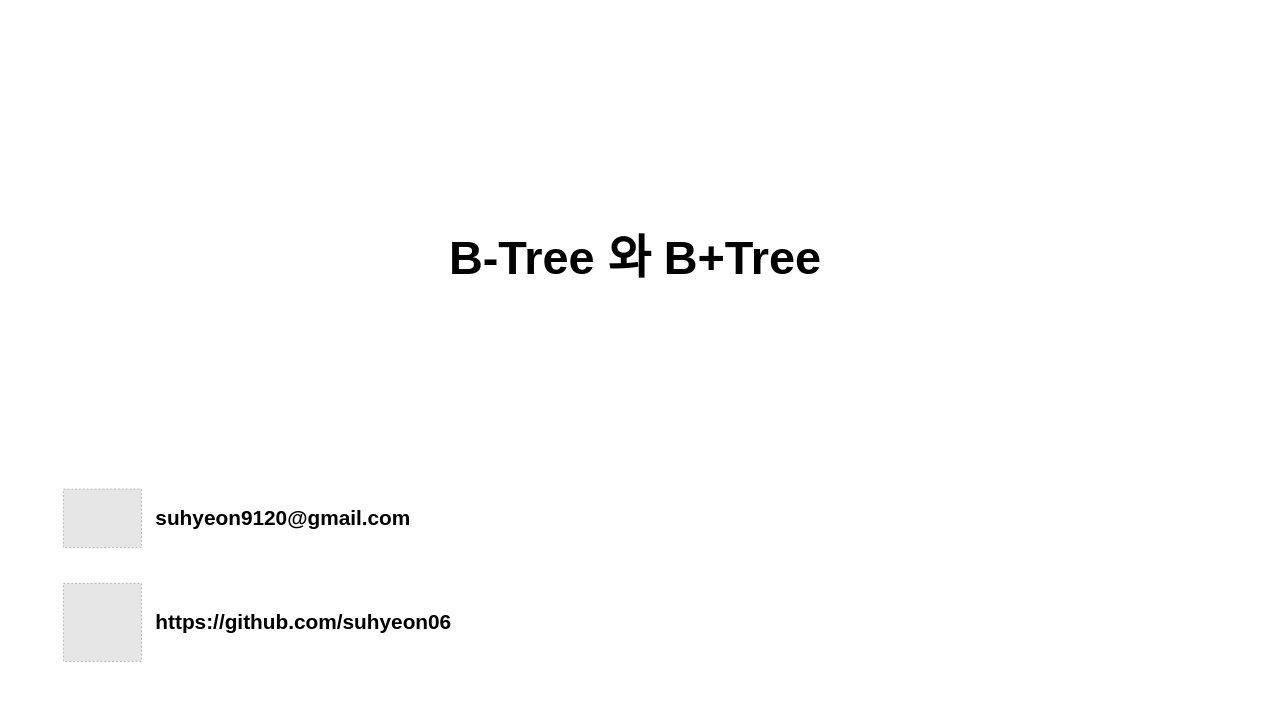
Earlier version of the draw.io diagram page "이수현" (4 of 4) of 썸네일.drawio (Study-Diary/Computer-Science). Source tidied: cells renumbered, new cells numbered last; positions are measured from the earlier drawing's top-left corner, leaving out a move shared by most shapes. Both pictures are drawn from the tidied source at 65%, with x=0, y=0 at pixel (11, 11). Pictures stored in the file or linked from it are replaced by grey dashed boxes.
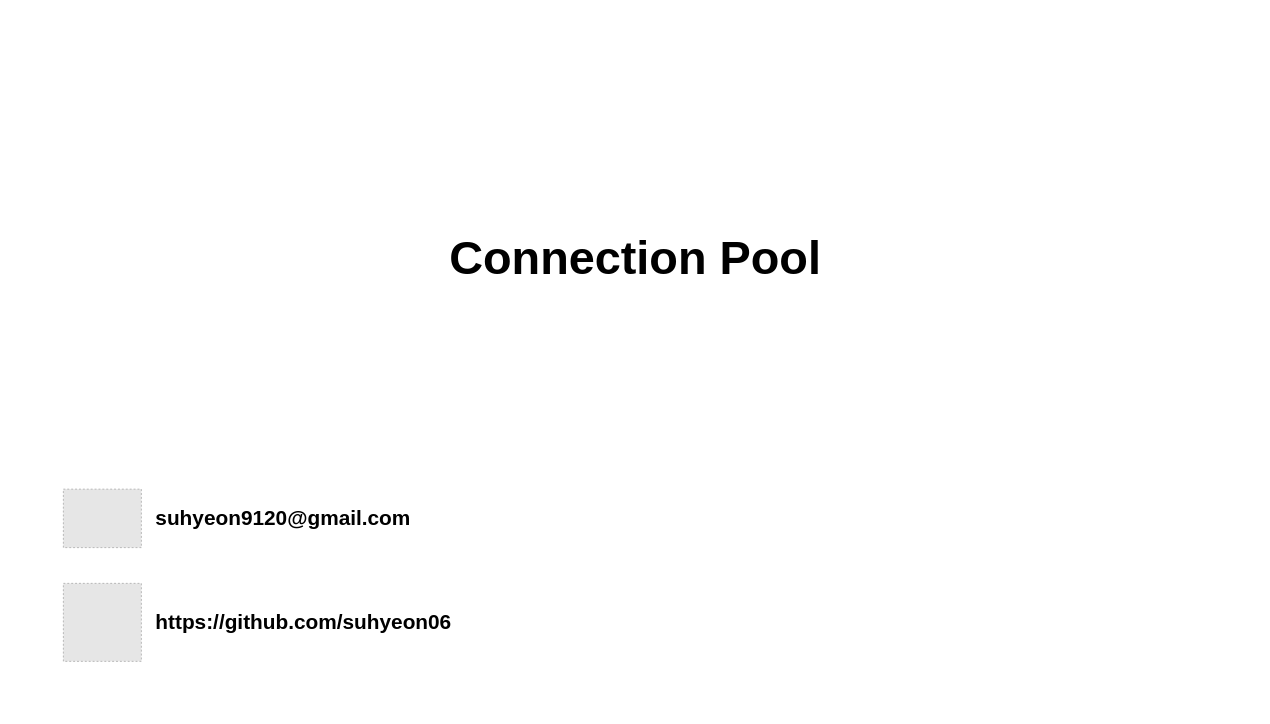
The same page after the edit.

The edit, as a diff of the source:
```diff
@@
 <mxGraphModel>
   <root>
     <mxCell id="0" />
     <mxCell id="1" parent="0" />
     <mxCell id="2" style="rounded=0;whiteSpace=wrap;html=1;fillColor=#FFFFFF;strokeColor=none;" parent="1" vertex="1">
       <mxGeometry width="1920" height="1080" as="geometry" />
     </mxCell>
     <mxCell id="3" style="group;" parent="1" vertex="1">
       <mxGeometry x="80" y="720" width="120" height="120" as="geometry" />
     </mxCell>
     <mxCell id="4" style="fillColor=#E6E6E6;strokeColor=#999999;dashed=1;verticalLabelPosition=bottom;labelBackgroundColor=default;verticalAlign=top;" parent="3" vertex="1">
       <mxGeometry y="15" width="120" height="90" as="geometry" />
     </mxCell>
     <mxCell id="5" style="rounded=0;whiteSpace=wrap;html=1;fillColor=none;strokeColor=none;" parent="3" vertex="1">
       <mxGeometry width="120" height="120" as="geometry" />
     </mxCell>
     <mxCell id="6" style="fillColor=#E6E6E6;strokeColor=#999999;dashed=1;verticalLabelPosition=bottom;labelBackgroundColor=default;verticalAlign=top;" parent="1" vertex="1">
       <mxGeometry x="80" y="880" width="120" height="120" as="geometry" />
     </mxCell>
     <mxCell id="7" value="suhyeon9120@gmail.com" style="text;html=1;align=left;verticalAlign=middle;whiteSpace=wrap;rounded=0;fontSize=32;fontColor=#000000;fontStyle=1;" parent="1" vertex="1">
       <mxGeometry x="220" y="740" width="500" height="80" as="geometry" />
     </mxCell>
     <mxCell id="8" value="https://github.com/suhyeon06" style="text;html=1;align=left;verticalAlign=middle;whiteSpace=wrap;rounded=0;fontSize=32;fontColor=#000000;fontStyle=1;" parent="1" vertex="1">
       <mxGeometry x="220" y="900" width="500" height="80" as="geometry" />
     </mxCell>
-    <mxCell id="9" value="B-Tree 와 B+Tree" style="text;html=1;align=center;verticalAlign=middle;whiteSpace=wrap;rounded=0;fontSize=72;fontFamily=Pretendard;fontColor=#000000;fontStyle=1;" parent="1" vertex="1">
+    <mxCell id="9" value="Connection Pool" style="text;html=1;align=center;verticalAlign=middle;whiteSpace=wrap;rounded=0;fontSize=72;fontFamily=Pretendard;fontColor=#000000;fontStyle=1;" parent="1" vertex="1">
       <mxGeometry x="200" y="320" width="1520" height="120" as="geometry" />
     </mxCell>
   </root>
 </mxGraphModel>
```
